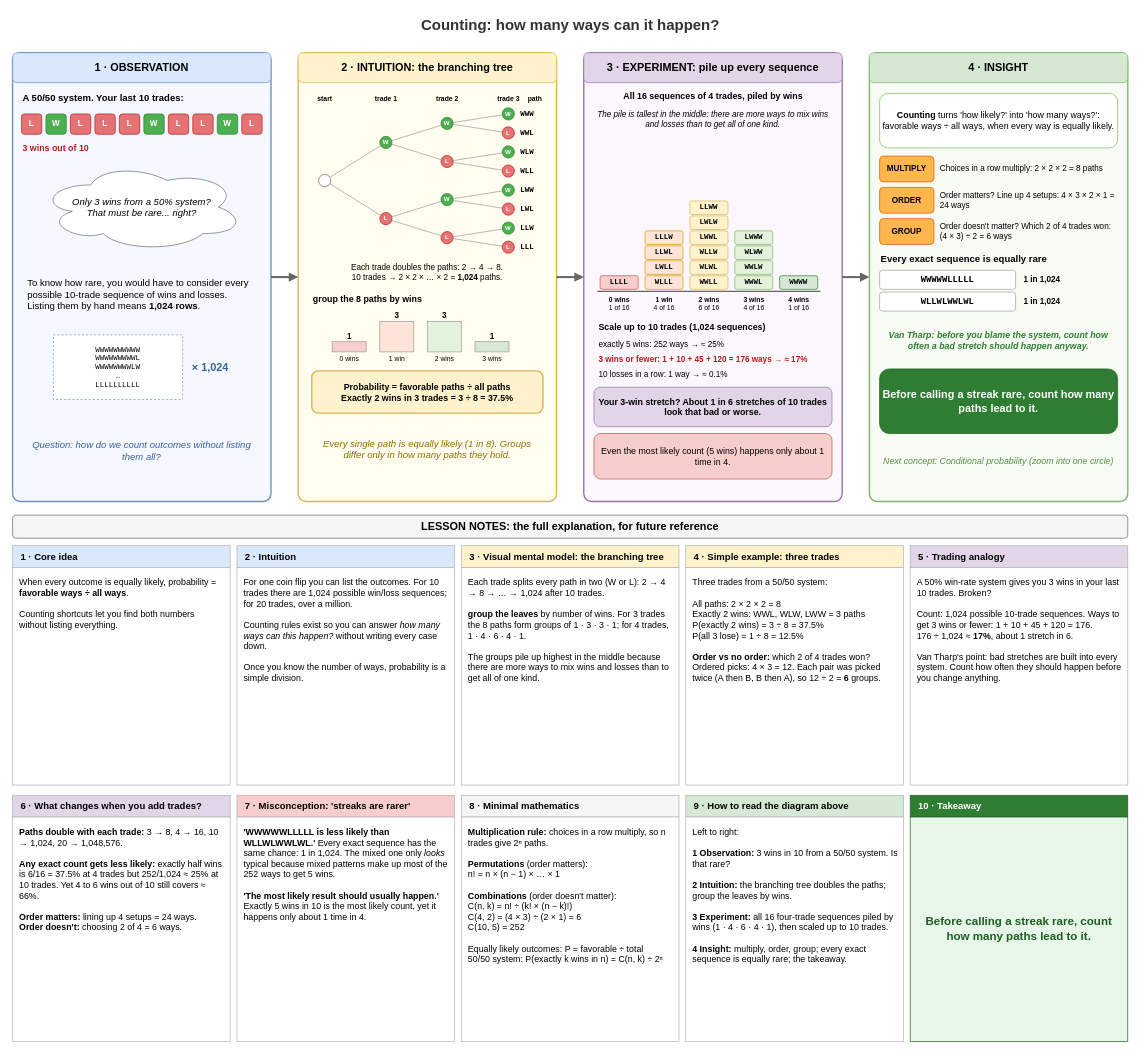
The draw.io diagram page "02 Counting" (2 of 3) of seeing-theory/02-compound-probability.drawio in raj-champaneriya-ibm/continuous-learning, before the edit. Source tidied: cells renumbered, new cells numbered last; positions are measured from the earlier drawing's top-left corner, leaving out a move shared by most shapes. Both pictures are drawn from the tidied source at 68%, with x=0, y=0 at pixel (12, 12).
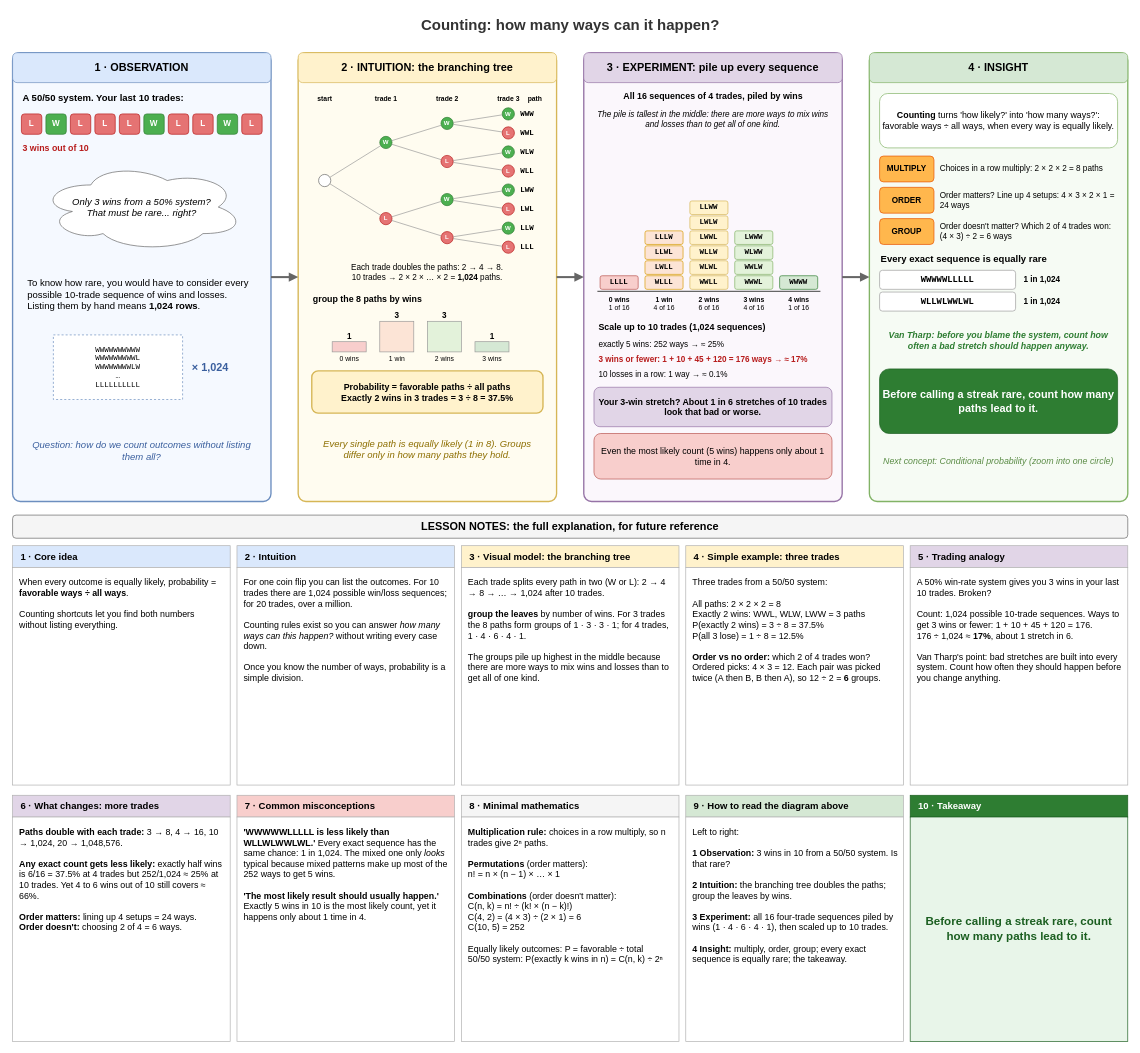
The same diagram, later.

The edit, as a diff of the source:
```diff
@@
-    <mxCell id="139" value="3 · Visual mental model: the branching tree" style="rounded=0;whiteSpace=wrap;html=1;fillColor=#fff2cc;strokeColor=#B0B0B0;align=left;spacingLeft=10;fontSize=14;fontStyle=1;" parent="1" vertex="1">
+    <mxCell id="139" value="3 · Visual model: the branching tree" style="rounded=0;whiteSpace=wrap;html=1;fillColor=#fff2cc;strokeColor=#B0B0B0;align=left;spacingLeft=10;fontSize=14;fontStyle=1;" parent="1" vertex="1">
       <mxGeometry x="660" y="785" width="320" height="32" as="geometry" />
     </mxCell>
@@
-    <mxCell id="145" value="6 · What changes when you add trades?" style="rounded=0;whiteSpace=wrap;html=1;fillColor=#e1d5e7;strokeColor=#B0B0B0;align=left;spacingLeft=10;fontSize=14;fontStyle=1;" parent="1" vertex="1">
+    <mxCell id="145" value="6 · What changes: more trades" style="rounded=0;whiteSpace=wrap;html=1;fillColor=#e1d5e7;strokeColor=#B0B0B0;align=left;spacingLeft=10;fontSize=14;fontStyle=1;" parent="1" vertex="1">
       <mxGeometry y="1152" width="320" height="32" as="geometry" />
     </mxCell>
@@
-    <mxCell id="147" value="7 · Misconception: 'streaks are rarer'" style="rounded=0;whiteSpace=wrap;html=1;fillColor=#f8cecc;strokeColor=#B0B0B0;align=left;spacingLeft=10;fontSize=14;fontStyle=1;" parent="1" vertex="1">
+    <mxCell id="147" value="7 · Common misconceptions" style="rounded=0;whiteSpace=wrap;html=1;fillColor=#f8cecc;strokeColor=#B0B0B0;align=left;spacingLeft=10;fontSize=14;fontStyle=1;" parent="1" vertex="1">
       <mxGeometry x="330" y="1152" width="320" height="32" as="geometry" />
     </mxCell>
```
